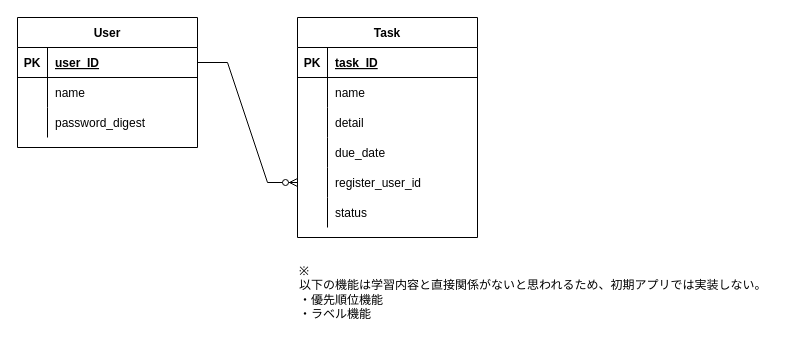
The draw.io diagram docs/ER_diagram.drawio in Fuefuki/task_manager_app, before the edit. Source tidied: cells renumbered, new cells numbered last; positions are measured from the earlier drawing's top-left corner, leaving out a move shared by most shapes. Both pictures are drawn from the tidied source at 100%, with x=0, y=0 at pixel (17, 17).
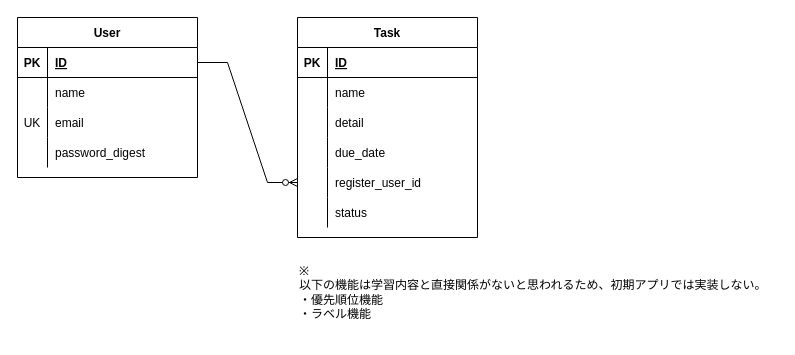
Above is the later version.

Commit message (it also covers changes not shown here):
ER図、画面遷移図を更新

The change refers to these unchanged cells:
```xml
<mxCell id="3" style="shape=tableRow;horizontal=0;startSize=0;swimlaneHead=0;swimlaneBody=0;fillColor=none;points=[[0,0.5],[1,0.5]];portConstraint=eastwest;top=0;left=0;right=0;bottom=1;" parent="2" vertex="1">
  <mxGeometry y="30" width="180" height="30" as="geometry" />
</mxCell>
<mxCell id="13" style="shape=tableRow;horizontal=0;startSize=0;swimlaneHead=0;swimlaneBody=0;fillColor=none;top=0;left=0;right=0;bottom=1;" parent="12" vertex="1">
  <mxGeometry y="30" width="180" height="30" as="geometry" />
</mxCell>
```

Change to the diagram source:
```diff
@@
     <mxCell id="2" value="User" style="shape=table;startSize=30;childLayout=tableLayout;rowLines=0;fontStyle=1;align=center;" parent="1" vertex="1">
-      <mxGeometry width="180" height="130" as="geometry" />
+      <mxGeometry width="180" height="160" as="geometry" />
     </mxCell>
@@
-    <mxCell id="5" value="user_ID" style="shape=partialRectangle;fillColor=none;top=0;left=0;bottom=0;right=0;align=left;spacingLeft=6;fontStyle=5;overflow=hidden;" parent="3" vertex="1">
+    <mxCell id="5" value="ID" style="shape=partialRectangle;fillColor=none;top=0;left=0;bottom=0;right=0;align=left;spacingLeft=6;fontStyle=5;overflow=hidden;" parent="3" vertex="1">
       <mxGeometry x="30" width="150" height="30" as="geometry" />
     </mxCell>
@@
+    <mxCell id="33" style="shape=tableRow;horizontal=0;startSize=0;swimlaneHead=0;swimlaneBody=0;fillColor=none;top=0;left=0;right=0;bottom=0;" parent="2" vertex="1">
+      <mxGeometry y="90" width="180" height="30" as="geometry" />
+    </mxCell>
+    <mxCell id="34" value="UK" style="shape=partialRectangle;fillColor=none;top=0;left=0;bottom=0;right=0;overflow=hidden;" parent="33" vertex="1">
+      <mxGeometry width="30" height="30" as="geometry" />
+    </mxCell>
+    <mxCell id="35" value="email" style="shape=partialRectangle;fillColor=none;top=0;left=0;bottom=0;right=0;align=left;spacingLeft=6;overflow=hidden;" parent="33" vertex="1">
+      <mxGeometry x="30" width="150" height="30" as="geometry" />
+    </mxCell>
     <mxCell id="9" style="shape=tableRow;horizontal=0;startSize=0;swimlaneHead=0;swimlaneBody=0;fillColor=none;top=0;left=0;right=0;bottom=0;" parent="2" vertex="1">
-      <mxGeometry y="90" width="180" height="30" as="geometry" />
+      <mxGeometry y="120" width="180" height="30" as="geometry" />
     </mxCell>
@@
-    <mxCell id="15" value="task_ID" style="shape=partialRectangle;fillColor=none;top=0;left=0;bottom=0;right=0;align=left;spacingLeft=6;fontStyle=5;overflow=hidden;" parent="13" vertex="1">
+    <mxCell id="15" value="ID" style="shape=partialRectangle;fillColor=none;top=0;left=0;bottom=0;right=0;align=left;spacingLeft=6;fontStyle=5;overflow=hidden;" parent="13" vertex="1">
       <mxGeometry x="30" width="150" height="30" as="geometry" />
     </mxCell>
```
